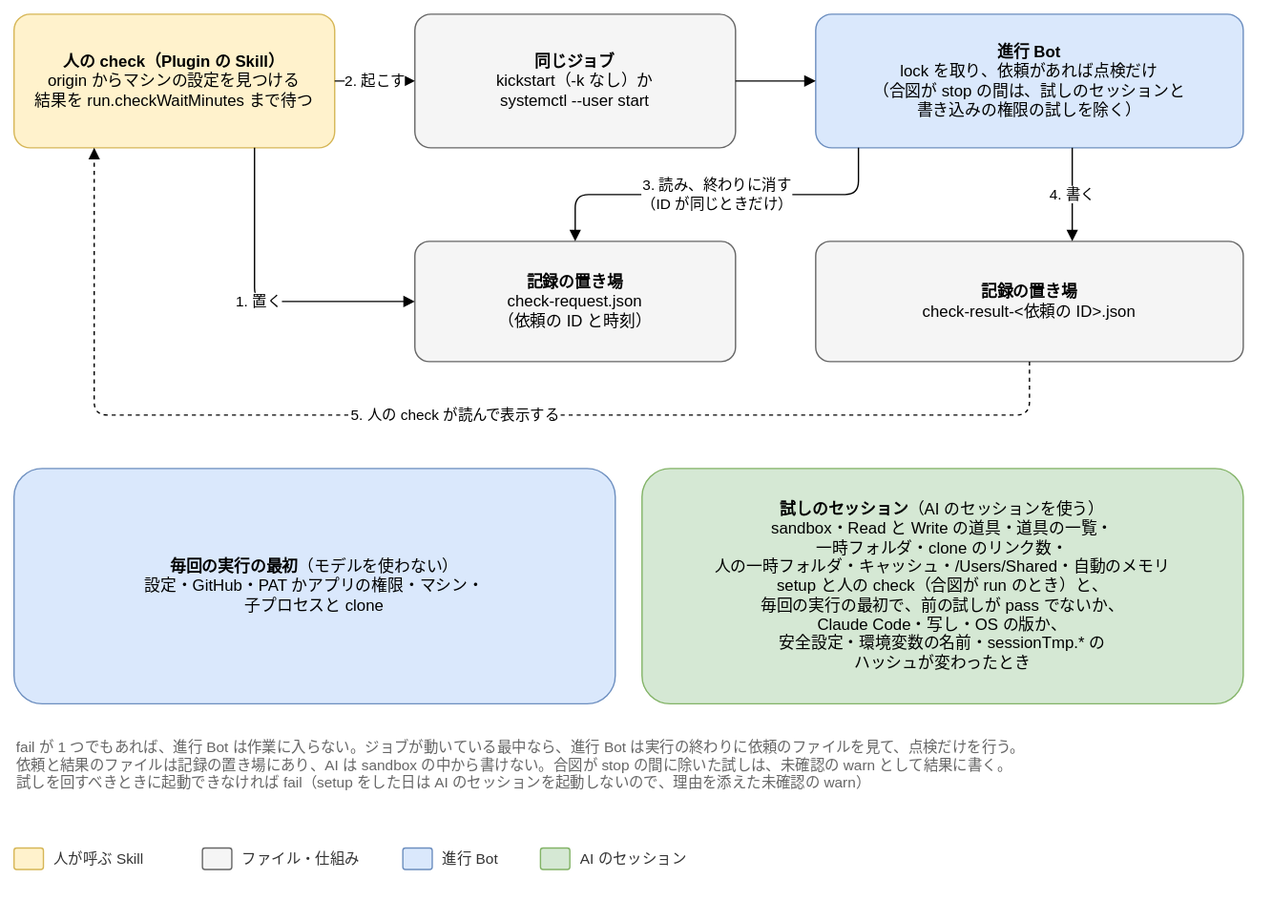
This is docs/design/basic/diagrams/04-check.drawio.svg from Joymerrevent/dev-autopilot, a draw.io export, as it was before one commit. Source tidied: cells renumbered, new cells last; positions are measured from the earlier drawing's top-left corner, leaving out a move shared by most shapes.
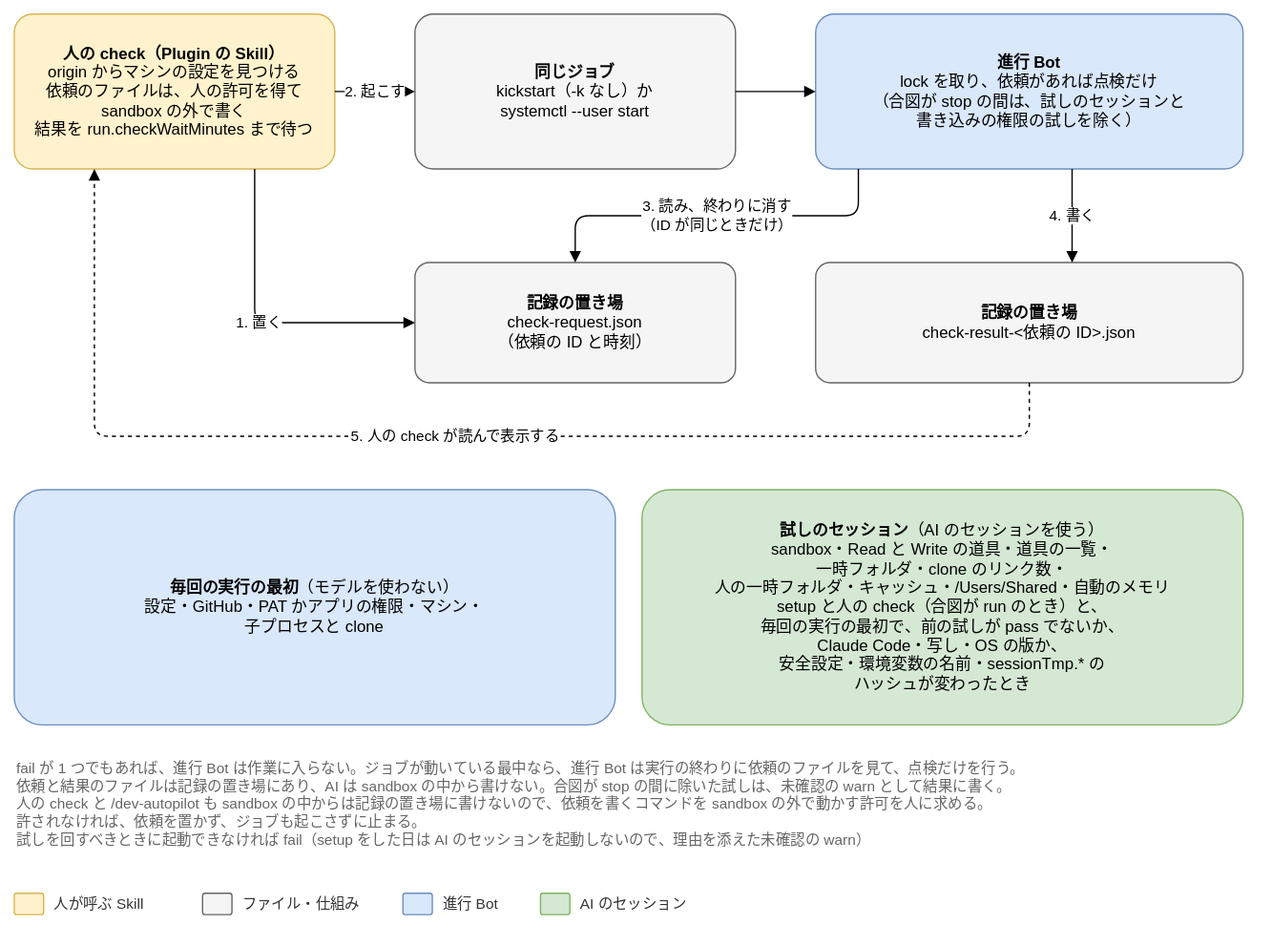
Later version of the same file.

What changed in the source:
```diff
@@ -2,20 +2,20 @@
   <root>
     <mxCell id="0" />
     <mxCell id="1" parent="0" />
-    <mxCell id="2" value="&lt;b&gt;人の check（Plugin の Skill）&lt;/b&gt;&lt;br&gt;origin からマシンの設定を見つける&lt;br&gt;結果を run.checkWaitMinutes まで待つ" style="rounded=1;whiteSpace=wrap;html=1;fontSize=12;arcSize=12;spacing=12;fillColor=#fff2cc;strokeColor=#d6b656;" parent="1" vertex="1">
-      <mxGeometry width="240" height="100" as="geometry" />
+    <mxCell id="2" value="&lt;b&gt;人の check（Plugin の Skill）&lt;/b&gt;&lt;br&gt;origin からマシンの設定を見つける&lt;br&gt;依頼のファイルは、人の許可を得て&lt;br&gt;sandbox の外で書く&lt;br&gt;結果を run.checkWaitMinutes まで待つ" style="rounded=1;whiteSpace=wrap;html=1;fontSize=12;arcSize=12;spacing=12;fillColor=#fff2cc;strokeColor=#d6b656;" parent="1" vertex="1">
+      <mxGeometry width="240" height="116" as="geometry" />
     </mxCell>
     <mxCell id="3" value="&lt;b&gt;同じジョブ&lt;/b&gt;&lt;br&gt;kickstart（-k なし）か&lt;br&gt;systemctl --user start" style="rounded=1;whiteSpace=wrap;html=1;fontSize=12;arcSize=12;spacing=12;fillColor=#f5f5f5;strokeColor=#666666;" parent="1" vertex="1">
-      <mxGeometry x="300" width="240" height="100" as="geometry" />
+      <mxGeometry x="300" width="240" height="116" as="geometry" />
     </mxCell>
     <mxCell id="4" value="&lt;b&gt;進行 Bot&lt;/b&gt;&lt;br&gt;lock を取り、依頼があれば点検だけ&lt;br&gt;（合図が stop の間は、試しのセッションと&lt;br&gt;書き込みの権限の試しを除く）" style="rounded=1;whiteSpace=wrap;html=1;fontSize=12;arcSize=12;spacing=12;fillColor=#dae8fc;strokeColor=#6c8ebf;" parent="1" vertex="1">
-      <mxGeometry x="600" width="320" height="100" as="geometry" />
+      <mxGeometry x="600" width="320" height="116" as="geometry" />
     </mxCell>
     <mxCell id="5" value="&lt;b&gt;記録の置き場&lt;/b&gt;&lt;br&gt;check-request.json&lt;br&gt;（依頼の ID と時刻）" style="rounded=1;whiteSpace=wrap;html=1;fontSize=12;arcSize=12;spacing=12;fillColor=#f5f5f5;strokeColor=#666666;" parent="1" vertex="1">
-      <mxGeometry x="300" y="170" width="240" height="90" as="geometry" />
+      <mxGeometry x="300" y="186" width="240" height="90" as="geometry" />
     </mxCell>
     <mxCell id="6" value="&lt;b&gt;記録の置き場&lt;/b&gt;&lt;br&gt;check-result-&amp;lt;依頼の ID&amp;gt;.json" style="rounded=1;whiteSpace=wrap;html=1;fontSize=12;arcSize=12;spacing=12;fillColor=#f5f5f5;strokeColor=#666666;" parent="1" vertex="1">
-      <mxGeometry x="600" y="170" width="320" height="90" as="geometry" />
+      <mxGeometry x="600" y="186" width="320" height="90" as="geometry" />
     </mxCell>
     <mxCell id="7" value="1. 置く" style="edgeStyle=orthogonalEdgeStyle;rounded=1;html=1;endArrow=block;endFill=1;fontSize=11;labelBackgroundColor=#ffffff;exitX=0.75;exitY=1;exitDx=0;exitDy=0;entryX=0;entryY=0.5;entryDx=0;entryDy=0;" parent="1" edge="1" source="2" target="5">
       <mxGeometry relative="1" as="geometry" />
@@ -29,8 +29,8 @@
     <mxCell id="10" value="3. 読み、終わりに消す&lt;br&gt;（ID が同じときだけ）" style="edgeStyle=orthogonalEdgeStyle;rounded=1;html=1;endArrow=block;endFill=1;fontSize=11;labelBackgroundColor=#ffffff;exitX=0.1;exitY=1;exitDx=0;exitDy=0;entryX=0.5;entryY=0;entryDx=0;entryDy=0;" parent="1" edge="1" source="4" target="5">
       <mxGeometry relative="1" as="geometry">
         <Array as="points">
-          <mxPoint x="632" y="135" />
-          <mxPoint x="420" y="135" />
+          <mxPoint x="632" y="151" />
+          <mxPoint x="420" y="151" />
         </Array>
       </mxGeometry>
     </mxCell>
@@ -40,43 +40,43 @@
     <mxCell id="12" value="5. 人の check が読んで表示する" style="edgeStyle=orthogonalEdgeStyle;rounded=1;html=1;endArrow=block;endFill=1;fontSize=11;labelBackgroundColor=#ffffff;dashed=1;exitX=0.5;exitY=1;exitDx=0;exitDy=0;entryX=0.25;entryY=1;entryDx=0;entryDy=0;" parent="1" edge="1" source="6" target="2">
       <mxGeometry relative="1" as="geometry">
         <Array as="points">
-          <mxPoint x="760" y="300" />
-          <mxPoint x="60" y="300" />
+          <mxPoint x="760" y="316" />
+          <mxPoint x="60" y="316" />
         </Array>
       </mxGeometry>
     </mxCell>
     <mxCell id="13" value="&lt;b&gt;毎回の実行の最初&lt;/b&gt;（モデルを使わない）&lt;br&gt;設定・GitHub・PAT かアプリの権限・マシン・&lt;br&gt;子プロセスと clone" style="rounded=1;whiteSpace=wrap;html=1;fontSize=12;arcSize=12;spacing=12;fillColor=#dae8fc;strokeColor=#6c8ebf;" parent="1" vertex="1">
-      <mxGeometry y="340" width="450" height="176" as="geometry" />
+      <mxGeometry y="356" width="450" height="176" as="geometry" />
     </mxCell>
     <mxCell id="14" value="&lt;b&gt;試しのセッション&lt;/b&gt;（AI のセッションを使う）&lt;br&gt;sandbox・Read と Write の道具・道具の一覧・&lt;br&gt;一時フォルダ・clone のリンク数・&lt;br&gt;人の一時フォルダ・キャッシュ・/Users/Shared・自動のメモリ&lt;br&gt;setup と人の check（合図が run のとき）と、&lt;br&gt;毎回の実行の最初で、前の試しが pass でないか、&lt;br&gt;Claude Code・写し・OS の版か、&lt;br&gt;安全設定・環境変数の名前・sessionTmp.* の&lt;br&gt;ハッシュが変わったとき" style="rounded=1;whiteSpace=wrap;html=1;fontSize=12;arcSize=12;spacing=12;fillColor=#d5e8d4;strokeColor=#82b366;" parent="1" vertex="1">
-      <mxGeometry x="470" y="340" width="450" height="176" as="geometry" />
+      <mxGeometry x="470" y="356" width="450" height="176" as="geometry" />
     </mxCell>
-    <mxCell id="15" value="fail が 1 つでもあれば、進行 Bot は作業に入らない。ジョブが動いている最中なら、進行 Bot は実行の終わりに依頼のファイルを見て、点検だけを行う。&lt;br&gt;依頼と結果のファイルは記録の置き場にあり、AI は sandbox の中から書けない。合図が stop の間に除いた試しは、未確認の warn として結果に書く。&lt;br&gt;試しを回すべきときに起動できなければ fail（setup をした日は AI のセッションを起動しないので、理由を添えた未確認の warn）" style="text;html=1;whiteSpace=wrap;align=left;verticalAlign=top;fontSize=11;fontColor=#666666;" parent="1" vertex="1">
-      <mxGeometry y="536" width="920" height="70" as="geometry" />
+    <mxCell id="15" value="fail が 1 つでもあれば、進行 Bot は作業に入らない。ジョブが動いている最中なら、進行 Bot は実行の終わりに依頼のファイルを見て、点検だけを行う。&lt;br&gt;依頼と結果のファイルは記録の置き場にあり、AI は sandbox の中から書けない。合図が stop の間に除いた試しは、未確認の warn として結果に書く。&lt;br&gt;人の check と /dev-autopilot も sandbox の中からは記録の置き場に書けないので、依頼を書くコマンドを sandbox の外で動かす許可を人に求める。&lt;br&gt;許されなければ、依頼を置かず、ジョブも起こさずに止まる。&lt;br&gt;試しを回すべきときに起動できなければ fail（setup をした日は AI のセッションを起動しないので、理由を添えた未確認の warn）" style="text;html=1;whiteSpace=wrap;align=left;verticalAlign=top;fontSize=11;fontColor=#666666;" parent="1" vertex="1">
+      <mxGeometry y="552" width="920" height="88" as="geometry" />
     </mxCell>
     <mxCell id="16" style="rounded=1;whiteSpace=wrap;html=1;fontSize=12;arcSize=12;spacing=12;fillColor=#fff2cc;strokeColor=#d6b656;" parent="1" vertex="1">
-      <mxGeometry y="624" width="22" height="16" as="geometry" />
+      <mxGeometry y="658" width="22" height="16" as="geometry" />
     </mxCell>
     <mxCell id="17" value="人が呼ぶ Skill" style="text;html=1;align=left;verticalAlign=middle;fontSize=11;fontColor=#333333;" parent="1" vertex="1">
-      <mxGeometry x="28" y="622" width="97" height="20" as="geometry" />
+      <mxGeometry x="28" y="656" width="97" height="20" as="geometry" />
     </mxCell>
     <mxCell id="18" style="rounded=1;whiteSpace=wrap;html=1;fontSize=12;arcSize=12;spacing=12;fillColor=#f5f5f5;strokeColor=#666666;" parent="1" vertex="1">
-      <mxGeometry x="141" y="624" width="22" height="16" as="geometry" />
+      <mxGeometry x="141" y="658" width="22" height="16" as="geometry" />
     </mxCell>
     <mxCell id="19" value="ファイル・仕組み" style="text;html=1;align=left;verticalAlign=middle;fontSize=11;fontColor=#333333;" parent="1" vertex="1">
-      <mxGeometry x="169" y="622" width="106" height="20" as="geometry" />
+      <mxGeometry x="169" y="656" width="106" height="20" as="geometry" />
     </mxCell>
     <mxCell id="20" style="rounded=1;whiteSpace=wrap;html=1;fontSize=12;arcSize=12;spacing=12;fillColor=#dae8fc;strokeColor=#6c8ebf;" parent="1" vertex="1">
-      <mxGeometry x="291" y="624" width="22" height="16" as="geometry" />
+      <mxGeometry x="291" y="658" width="22" height="16" as="geometry" />
     </mxCell>
     <mxCell id="21" value="進行 Bot" style="text;html=1;align=left;verticalAlign=middle;fontSize=11;fontColor=#333333;" parent="1" vertex="1">
-      <mxGeometry x="319" y="622" width="59" height="20" as="geometry" />
+      <mxGeometry x="319" y="656" width="59" height="20" as="geometry" />
     </mxCell>
     <mxCell id="22" style="rounded=1;whiteSpace=wrap;html=1;fontSize=12;arcSize=12;spacing=12;fillColor=#d5e8d4;strokeColor=#82b366;" parent="1" vertex="1">
-      <mxGeometry x="394" y="624" width="22" height="16" as="geometry" />
+      <mxGeometry x="394" y="658" width="22" height="16" as="geometry" />
     </mxCell>
     <mxCell id="23" value="AI のセッション" style="text;html=1;align=left;verticalAlign=middle;fontSize=11;fontColor=#333333;" parent="1" vertex="1">
-      <mxGeometry x="422" y="622" width="100" height="20" as="geometry" />
+      <mxGeometry x="422" y="656" width="100" height="20" as="geometry" />
     </mxCell>
   </root>
 </mxGraphModel>
```
